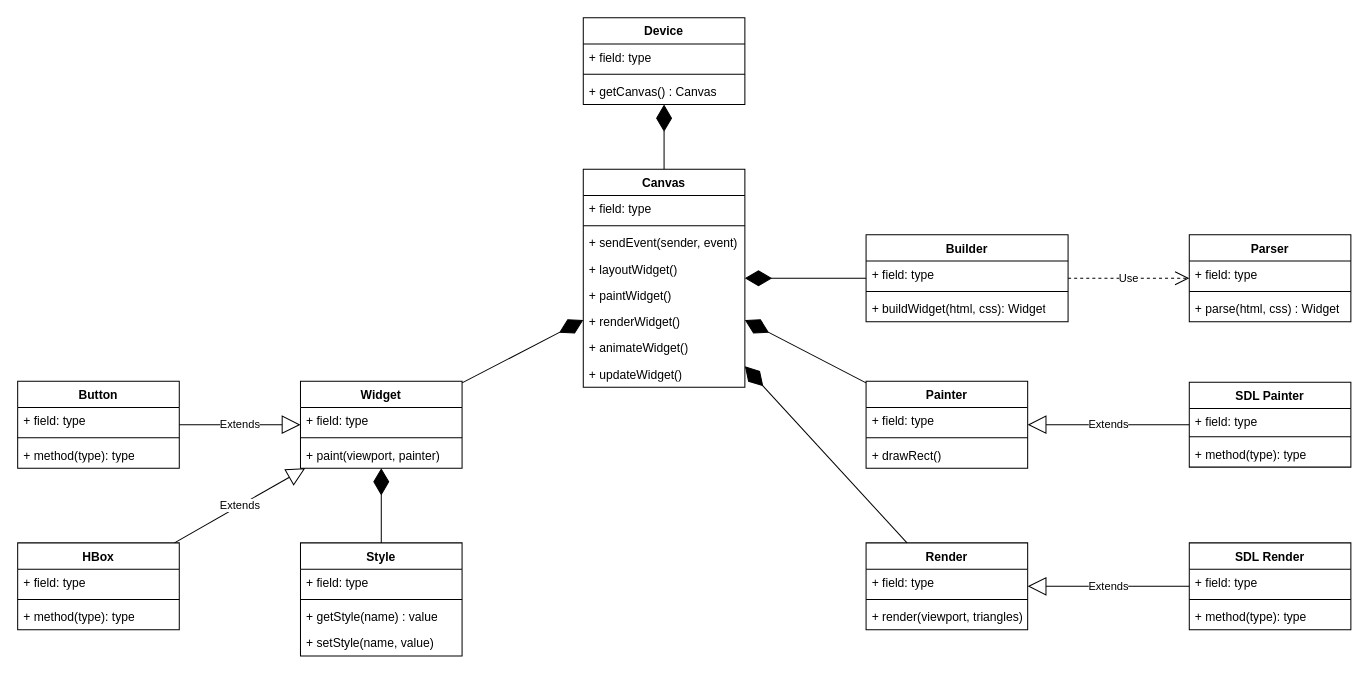
Before: page "类图" (1 of 2) of Document/UML.drawio in ChivenZhang/OpenUI, a draw.io diagram. Source tidied: cells renumbered, new cells numbered last; positions are measured from the earlier drawing's top-left corner, leaving out a move shared by most shapes. Both pictures are drawn from the tidied source at 101%, with x=0, y=0 at pixel (17, 17).
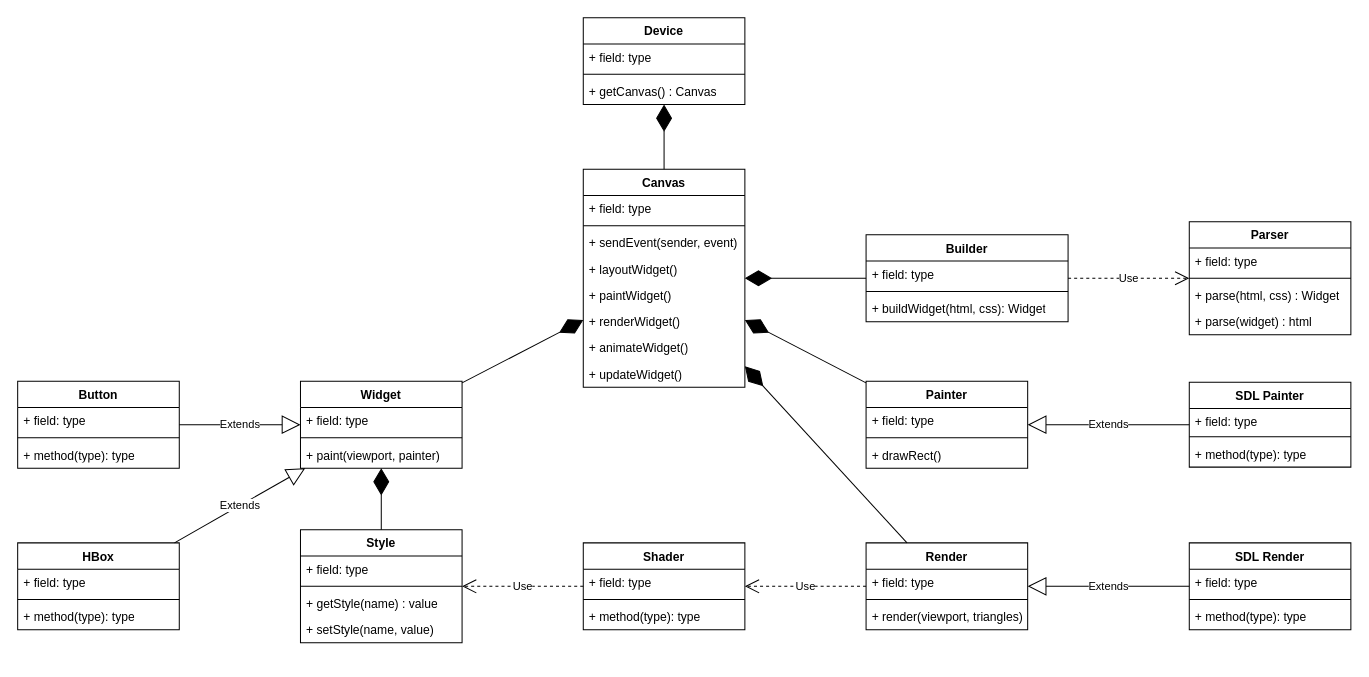
Above is the later version.

Unchanged cells that the change refers to:
```xml
<mxCell id="40" value="Render" style="swimlane;fontStyle=1;align=center;verticalAlign=top;horizontal=1;startSize=26;whiteSpace=wrap;html=1;" parent="1" vertex="1">
  <mxGeometry x="840" y="520" width="160" height="86" as="geometry" />
</mxCell>
```

The edit, as a diff of the source:
```diff
@@
     <mxCell id="56" value="Parser" style="swimlane;fontStyle=1;align=center;verticalAlign=top;horizontal=1;startSize=26;whiteSpace=wrap;html=1;" parent="1" vertex="1">
-      <mxGeometry x="1160" y="215" width="160" height="86" as="geometry" />
+      <mxGeometry x="1160" y="202" width="160" height="112" as="geometry" />
     </mxCell>
@@
+    <mxCell id="67" value="+ parse(widget) : html" style="text;strokeColor=none;fillColor=none;align=left;verticalAlign=top;spacingLeft=4;spacingRight=4;overflow=hidden;whiteSpace=wrap;html=1;" parent="56" vertex="1">
+      <mxGeometry y="86" width="160" height="26" as="geometry" />
+    </mxCell>
@@
     <mxCell id="61" value="Style" style="swimlane;fontStyle=1;align=center;verticalAlign=top;horizontal=1;startSize=26;whiteSpace=wrap;html=1;" parent="1" vertex="1">
-      <mxGeometry x="280" y="520" width="160" height="112" as="geometry" />
+      <mxGeometry x="280" y="507" width="160" height="112" as="geometry" />
     </mxCell>
@@
+    <mxCell id="68" value="Shader" style="swimlane;fontStyle=1;align=center;verticalAlign=top;horizontal=1;startSize=26;whiteSpace=wrap;html=1;" parent="1" vertex="1">
+      <mxGeometry x="560" y="520" width="160" height="86" as="geometry" />
+    </mxCell>
+    <mxCell id="69" value="+ field: type" style="text;strokeColor=none;fillColor=none;align=left;verticalAlign=top;spacingLeft=4;spacingRight=4;overflow=hidden;whiteSpace=wrap;html=1;" parent="68" vertex="1">
+      <mxGeometry y="26" width="160" height="26" as="geometry" />
+    </mxCell>
+    <mxCell id="70" style="line;strokeWidth=1;fillColor=none;align=left;verticalAlign=middle;spacingTop=-1;spacingLeft=3;spacingRight=3;labelPosition=right;strokeColor=inherit;" parent="68" vertex="1">
+      <mxGeometry y="52" width="160" height="8" as="geometry" />
+    </mxCell>
+    <mxCell id="71" value="+ method(type): type" style="text;strokeColor=none;fillColor=none;align=left;verticalAlign=top;spacingLeft=4;spacingRight=4;overflow=hidden;whiteSpace=wrap;html=1;" parent="68" vertex="1">
+      <mxGeometry y="60" width="160" height="26" as="geometry" />
+    </mxCell>
+    <mxCell id="72" value="Use" style="endArrow=open;endSize=12;dashed=1;html=1;rounded=0;" parent="1" edge="1" source="40" target="68">
+      <mxGeometry relative="1" as="geometry" />
+    </mxCell>
+    <mxCell id="73" value="Use" style="endArrow=open;endSize=12;dashed=1;html=1;rounded=0;" parent="1" edge="1" source="68" target="61">
+      <mxGeometry relative="1" as="geometry" />
+    </mxCell>
```
